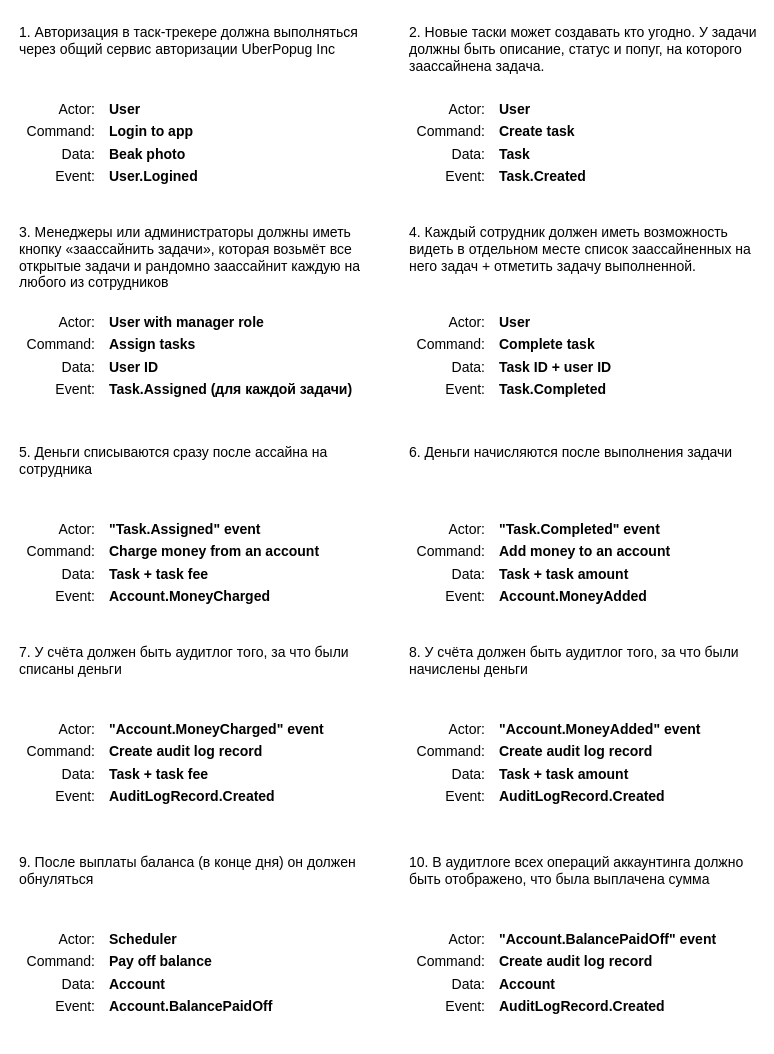
fedorov-dmitry/aTES keeps this draw.io diagram as es.drawio. Above is the earlier version. Source tidied: cells renumbered, new cells numbered last; positions are measured from the earlier drawing's top-left corner, leaving out a move shared by most shapes. Both pictures are drawn from the tidied source at 100%, with x=0, y=0 at pixel (17, 17).
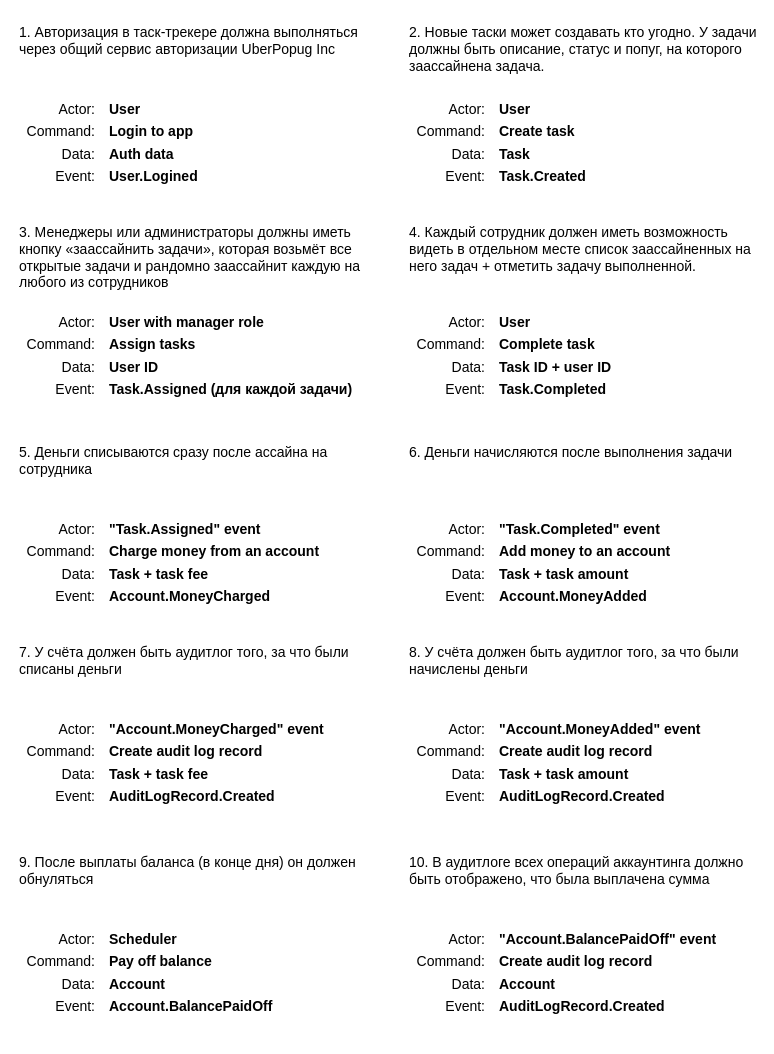
The same diagram, later.

What changed in the source:
```diff
@@
-    <mxCell id="4" value="&lt;p style=&quot;line-height: 1.6&quot;&gt;User&lt;br style=&quot;font-size: 14px&quot;&gt;Login to app&amp;nbsp;&lt;br style=&quot;font-size: 14px&quot;&gt;Beak photo&lt;br style=&quot;font-size: 14px&quot;&gt;User.Logined&lt;/p&gt;" style="text;html=1;strokeColor=none;fillColor=none;align=left;verticalAlign=top;whiteSpace=wrap;rounded=0;spacing=2;spacingBottom=0;labelPosition=center;verticalLabelPosition=middle;fontSize=14;spacingTop=0;fontStyle=1;" parent="1" vertex="1">
+    <mxCell id="4" value="&lt;p style=&quot;line-height: 1.6&quot;&gt;User&lt;br style=&quot;font-size: 14px&quot;&gt;Login to app&amp;nbsp;&lt;br style=&quot;font-size: 14px&quot;&gt;Auth data&lt;br style=&quot;font-size: 14px&quot;&gt;User.Logined&lt;/p&gt;" style="text;html=1;strokeColor=none;fillColor=none;align=left;verticalAlign=top;whiteSpace=wrap;rounded=0;spacing=2;spacingBottom=0;labelPosition=center;verticalLabelPosition=middle;fontSize=14;spacingTop=0;fontStyle=1;" parent="1" vertex="1">
       <mxGeometry x="90" y="60" width="250" height="130" as="geometry" />
     </mxCell>
```
